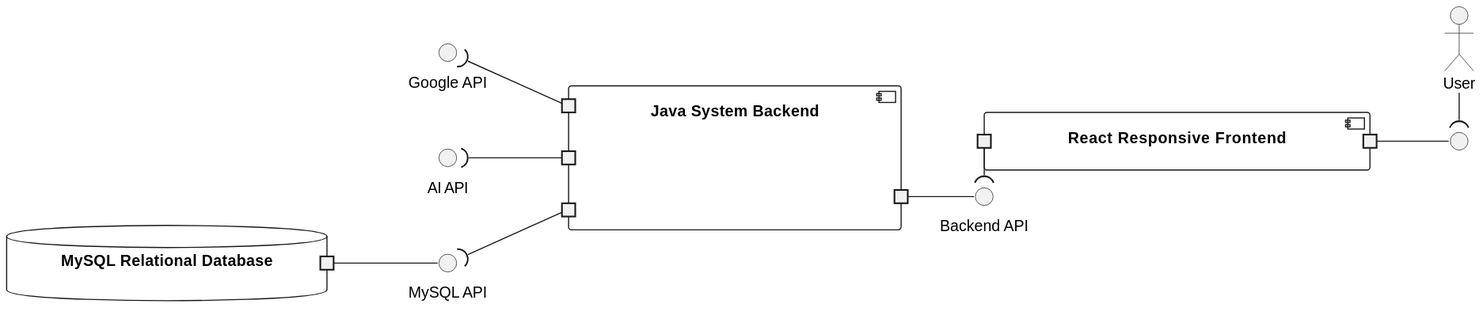
Above: Documentation/componentdiagramlevel2/Component Diagram Level 2.svg in RafaelFaisca32/LABDSOF (PlantUML), before the change.
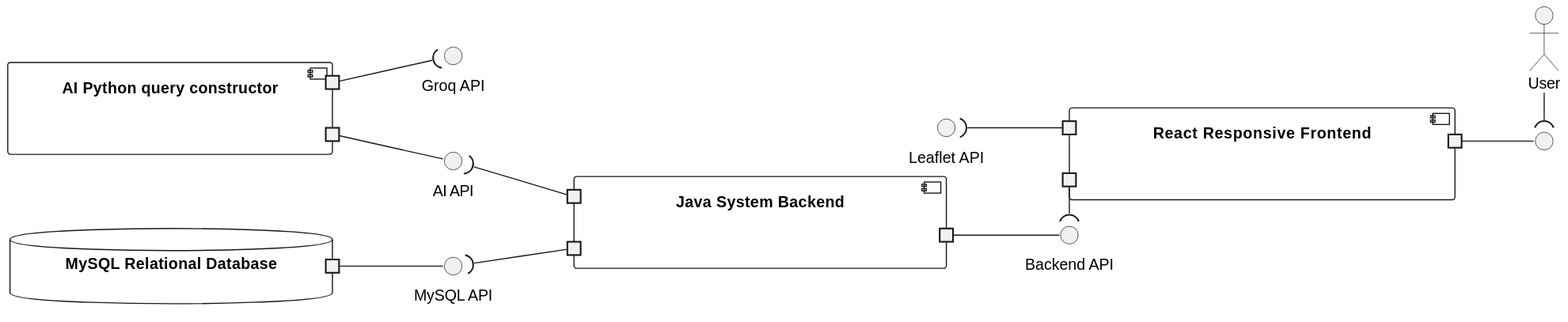
After the change.

Change to the diagram source:
```diff
@@ -6,12 +6,17 @@
 component reactive_frontend as "React Responsive Frontend" {
     portout " " as port_frontend_to_user
     portin " " as port_frontend_to_backend
+    portin " " as port_backend_to_google_api
 }
 component system_backend as "Java System Backend" {
     portout " " as port_backend_from_frontend
     portin " " as port_backend_to_ai_api
-    portin " " as port_backend_to_google_api
     portin " " as port_backend_from_db
+}
+
+component ai_component as "AI Python query constructor" {
+    portout " " as port_ai_to_backend_api
+    portout " " as port_ai_to_groq_api
 }
 
 database database_mysql_db as "MySQL Relational Database" {
@@ -20,8 +25,9 @@
 
 interface interface_frontendpage as " "
 
+interface interface_ai_grook_api as "Groq API"
 interface interface_ai_api as "AI API"
-interface interface_google_api as "Google API"
+interface interface_google_api as "Leaflet API"
 interface interface_backend as "Backend API"
 interface interface_mysql_db as "MySQL API"
 
@@ -31,6 +37,9 @@
 port_backend_from_frontend -down- interface_backend
 port_frontend_to_backend -left-( interface_backend
 
+port_ai_to_backend_api -down- interface_ai_api
+port_ai_to_groq_api -down-( interface_ai_grook_api
+
 port_backend_to_ai_api -up-( interface_ai_api
 port_backend_to_google_api -up-( interface_google_api
 
```
